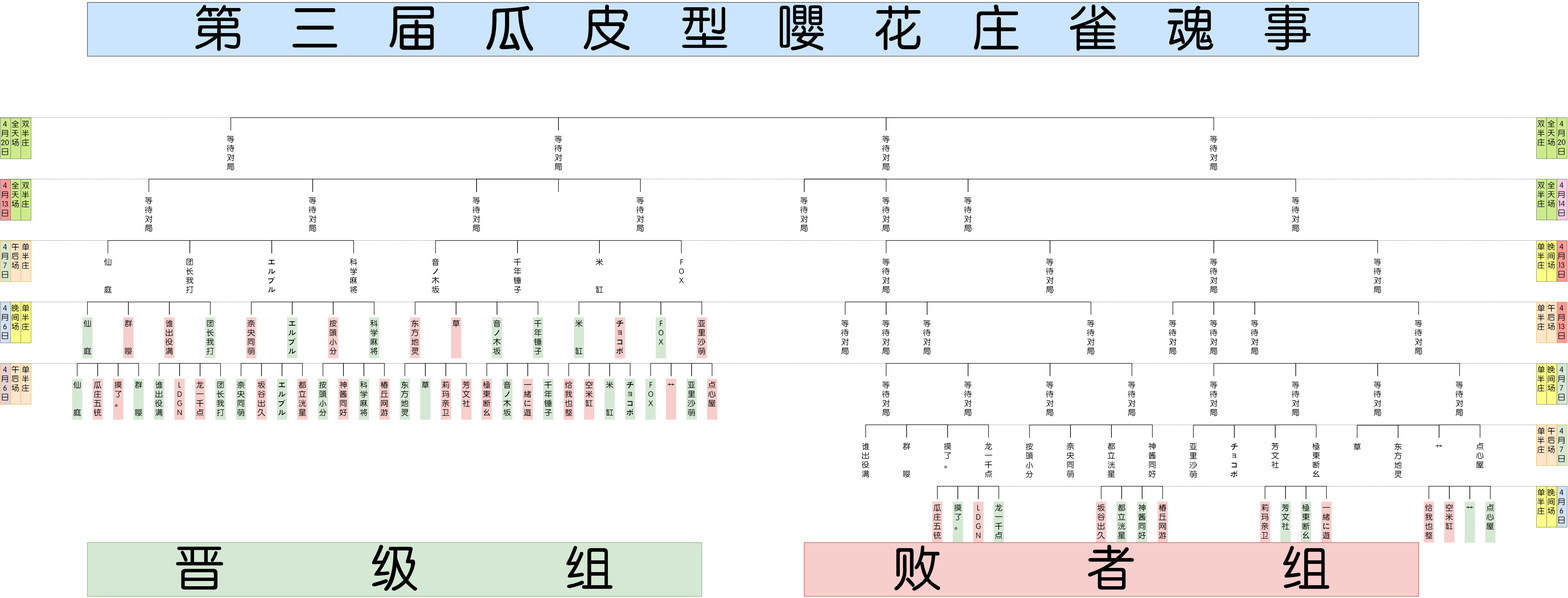
psc2350/pcr.mahjong.pub keeps this draw.io diagram as Tree Diagram.png. Above is the earlier version. Source tidied: cells renumbered, new cells last; positions are measured from the earlier drawing's top-left corner, leaving out a move shared by most shapes.
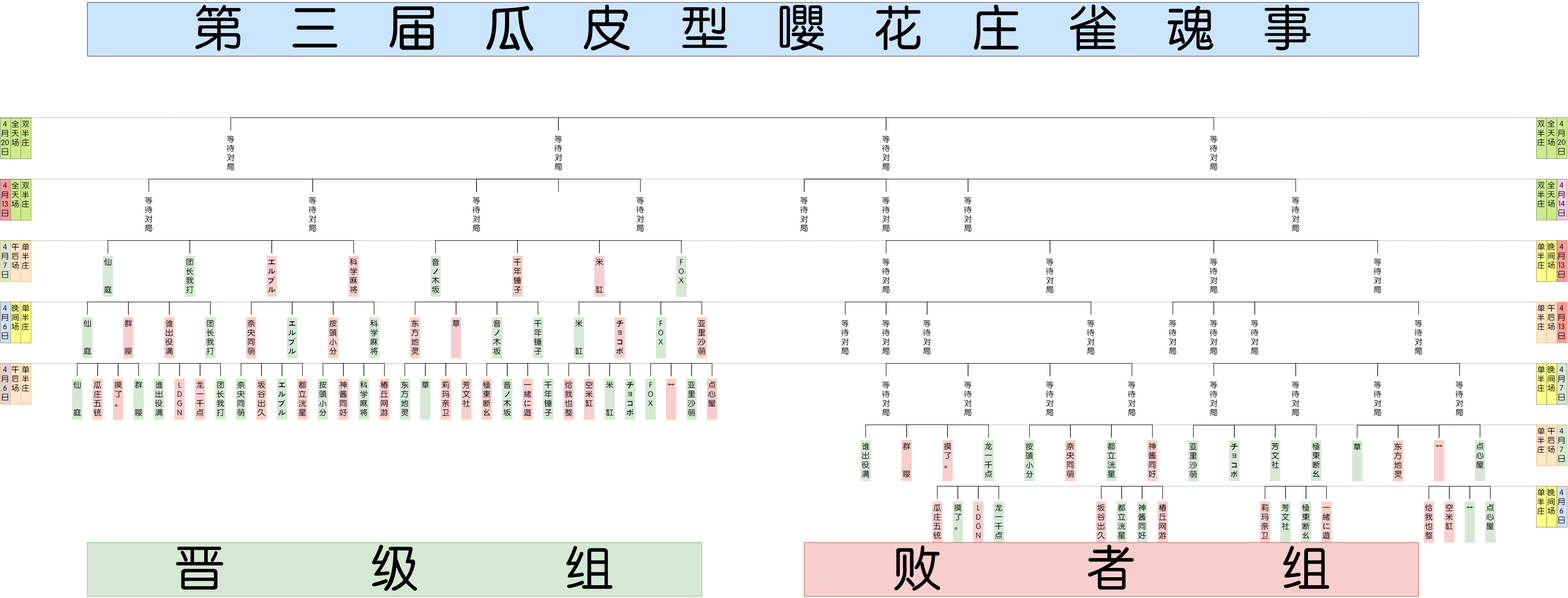
After the change.

Change to the diagram source:
```diff
@@ -251,16 +251,16 @@
     <mxCell id="84" style="strokeWidth=2;html=1;shape=mxgraph.flowchart.annotation_1;align=left;direction=south;fontFamily=FZZhunYuan-M02;fontSize=30;" parent="3" vertex="1">
       <mxGeometry x="2140" y="720" width="160" height="50" as="geometry" />
     </mxCell>
-    <mxCell id="85" value="仙&lt;br&gt;&lt;br&gt;&lt;br&gt;庭&lt;br&gt;" style="text;html=1;strokeColor=none;fillColor=none;align=center;verticalAlign=top;whiteSpace=wrap;rounded=0;fontFamily=FZZhunYuan-M02;horizontal=1;fontSize=30;" parent="3" vertex="1">
+    <mxCell id="85" value="仙&lt;br&gt;&lt;br&gt;&lt;br&gt;庭&lt;br&gt;" style="text;html=1;strokeColor=none;fillColor=#D5E8D4;align=center;verticalAlign=top;whiteSpace=wrap;rounded=0;fontFamily=FZZhunYuan-M02;horizontal=1;fontSize=30;" parent="3" vertex="1">
       <mxGeometry x="120" y="540" width="40" height="160" as="geometry" />
     </mxCell>
-    <mxCell id="86" value="团长我打&lt;br style=&quot;font-size: 30px&quot;&gt;" style="text;html=1;strokeColor=none;fillColor=none;align=center;verticalAlign=top;whiteSpace=wrap;rounded=0;fontFamily=FZZhunYuan-M02;horizontal=1;fontSize=30;" parent="3" vertex="1">
+    <mxCell id="86" value="团长我打&lt;br style=&quot;font-size: 30px&quot;&gt;" style="text;html=1;strokeColor=none;fillColor=#D5E8D4;align=center;verticalAlign=top;whiteSpace=wrap;rounded=0;fontFamily=FZZhunYuan-M02;horizontal=1;fontSize=30;" parent="3" vertex="1">
       <mxGeometry x="440" y="540" width="40" height="160" as="geometry" />
     </mxCell>
-    <mxCell id="87" value="エルブル&lt;br style=&quot;font-size: 30px&quot;&gt;" style="text;html=1;strokeColor=none;fillColor=none;align=center;verticalAlign=top;whiteSpace=wrap;rounded=0;fontFamily=FZZhunYuan-M02;horizontal=1;fontSize=30;" parent="3" vertex="1">
+    <mxCell id="87" value="エルブル&lt;br style=&quot;font-size: 30px&quot;&gt;" style="text;html=1;strokeColor=none;fillColor=#F8CECC;align=center;verticalAlign=top;whiteSpace=wrap;rounded=0;fontFamily=FZZhunYuan-M02;horizontal=1;fontSize=30;" parent="3" vertex="1">
       <mxGeometry x="760" y="540" width="40" height="160" as="geometry" />
     </mxCell>
-    <mxCell id="88" value="科学麻将&lt;br style=&quot;font-size: 30px&quot;&gt;" style="text;html=1;strokeColor=none;fillColor=none;align=center;verticalAlign=top;whiteSpace=wrap;rounded=0;fontFamily=FZZhunYuan-M02;horizontal=1;fontSize=30;" parent="3" vertex="1">
+    <mxCell id="88" value="科学麻将&lt;br style=&quot;font-size: 30px&quot;&gt;" style="text;html=1;strokeColor=none;fillColor=#F8CECC;align=center;verticalAlign=top;whiteSpace=wrap;rounded=0;fontFamily=FZZhunYuan-M02;horizontal=1;fontSize=30;" parent="3" vertex="1">
       <mxGeometry x="1080" y="540" width="40" height="160" as="geometry" />
     </mxCell>
     <mxCell id="89" style="strokeWidth=2;html=1;shape=mxgraph.flowchart.annotation_1;align=left;direction=south;fontFamily=FZZhunYuan-M02;fontSize=30;" parent="3" vertex="1">
@@ -272,16 +272,16 @@
     <mxCell id="91" style="strokeWidth=2;html=1;shape=mxgraph.flowchart.annotation_1;align=left;direction=south;fontFamily=FZZhunYuan-M02;fontSize=30;" parent="3" vertex="1">
       <mxGeometry x="780" y="480" width="320" height="50" as="geometry" />
     </mxCell>
-    <mxCell id="92" value="音ノ木坂&lt;br style=&quot;font-size: 30px&quot;&gt;" style="text;html=1;strokeColor=none;fillColor=none;align=center;verticalAlign=top;whiteSpace=wrap;rounded=0;fontFamily=FZZhunYuan-M02;horizontal=1;fontSize=30;" parent="3" vertex="1">
+    <mxCell id="92" value="音ノ木坂&lt;br style=&quot;font-size: 30px&quot;&gt;" style="text;html=1;strokeColor=none;fillColor=#D5E8D4;align=center;verticalAlign=top;whiteSpace=wrap;rounded=0;fontFamily=FZZhunYuan-M02;horizontal=1;fontSize=30;" parent="3" vertex="1">
       <mxGeometry x="1400" y="540" width="40" height="160" as="geometry" />
     </mxCell>
-    <mxCell id="93" value="千年锤子&lt;br style=&quot;font-size: 30px&quot;&gt;" style="text;html=1;strokeColor=none;fillColor=none;align=center;verticalAlign=top;whiteSpace=wrap;rounded=0;fontFamily=FZZhunYuan-M02;horizontal=1;fontSize=30;" parent="3" vertex="1">
+    <mxCell id="93" value="千年锤子&lt;br style=&quot;font-size: 30px&quot;&gt;" style="text;html=1;strokeColor=none;fillColor=#F8CECC;align=center;verticalAlign=top;whiteSpace=wrap;rounded=0;fontFamily=FZZhunYuan-M02;horizontal=1;fontSize=30;" parent="3" vertex="1">
       <mxGeometry x="1720" y="540" width="40" height="160" as="geometry" />
     </mxCell>
-    <mxCell id="94" value="米&lt;br&gt;&lt;br&gt;&lt;br&gt;缸&lt;br&gt;" style="text;html=1;strokeColor=none;fillColor=none;align=center;verticalAlign=top;whiteSpace=wrap;rounded=0;fontFamily=FZZhunYuan-M02;horizontal=1;fontSize=30;" parent="3" vertex="1">
+    <mxCell id="94" value="米&lt;br&gt;&lt;br&gt;&lt;br&gt;缸&lt;br&gt;" style="text;html=1;strokeColor=none;fillColor=#F8CECC;align=center;verticalAlign=top;whiteSpace=wrap;rounded=0;fontFamily=FZZhunYuan-M02;horizontal=1;fontSize=30;" parent="3" vertex="1">
       <mxGeometry x="2040" y="540" width="40" height="160" as="geometry" />
     </mxCell>
-    <mxCell id="95" value="F&lt;br&gt;O&lt;br&gt;X&lt;br&gt;" style="text;html=1;strokeColor=none;fillColor=none;align=center;verticalAlign=top;whiteSpace=wrap;rounded=0;fontFamily=FZZhunYuan-M02;horizontal=1;fontSize=30;" parent="3" vertex="1">
+    <mxCell id="95" value="F&lt;br&gt;O&lt;br&gt;X&lt;br&gt;" style="text;html=1;strokeColor=none;fillColor=#D5E8D4;align=center;verticalAlign=top;whiteSpace=wrap;rounded=0;fontFamily=FZZhunYuan-M02;horizontal=1;fontSize=30;" parent="3" vertex="1">
       <mxGeometry x="2360" y="540" width="40" height="160" as="geometry" />
     </mxCell>
     <mxCell id="96" style="strokeWidth=2;html=1;shape=mxgraph.flowchart.annotation_1;align=left;direction=south;fontFamily=FZZhunYuan-M02;fontSize=30;" parent="3" vertex="1">
@@ -386,10 +386,10 @@
     <mxCell id="129" style="strokeWidth=2;html=1;shape=mxgraph.flowchart.annotation_1;align=left;direction=south;fontFamily=FZZhunYuan-M02;fontSize=30;" parent="3" vertex="1">
       <mxGeometry x="3540" y="1440" width="80" height="50" as="geometry" />
     </mxCell>
-    <mxCell id="130" value="摸&lt;br&gt;了&lt;br&gt;。&lt;br&gt;" style="text;html=1;strokeColor=none;fillColor=none;align=center;verticalAlign=top;whiteSpace=wrap;rounded=0;fontFamily=FZZhunYuan-M02;horizontal=1;fontSize=30;" parent="3" vertex="1">
+    <mxCell id="130" value="摸&lt;br&gt;了&lt;br&gt;。&lt;br&gt;" style="text;html=1;strokeColor=none;fillColor=#F8CECC;align=center;verticalAlign=top;whiteSpace=wrap;rounded=0;fontFamily=FZZhunYuan-M02;horizontal=1;fontSize=30;" parent="3" vertex="1">
       <mxGeometry x="3400" y="1260" width="40" height="160" as="geometry" />
     </mxCell>
-    <mxCell id="131" value="龙一千点&lt;br&gt;" style="text;html=1;strokeColor=none;fillColor=none;align=center;verticalAlign=top;whiteSpace=wrap;rounded=0;fontFamily=FZZhunYuan-M02;horizontal=1;fontSize=30;" parent="3" vertex="1">
+    <mxCell id="131" value="龙一千点&lt;br&gt;" style="text;html=1;strokeColor=none;fillColor=#D5E8D4;align=center;verticalAlign=top;whiteSpace=wrap;rounded=0;fontFamily=FZZhunYuan-M02;horizontal=1;fontSize=30;" parent="3" vertex="1">
       <mxGeometry x="3560" y="1260" width="40" height="160" as="geometry" />
     </mxCell>
     <mxCell id="132" style="strokeWidth=2;html=1;shape=mxgraph.flowchart.annotation_1;align=left;direction=south;fontFamily=FZZhunYuan-M02;fontSize=30;" parent="3" vertex="1">
@@ -401,10 +401,10 @@
     <mxCell id="134" style="strokeWidth=2;html=1;shape=mxgraph.flowchart.annotation_1;align=left;direction=south;fontFamily=FZZhunYuan-M02;fontSize=30;" parent="3" vertex="1">
       <mxGeometry x="4180" y="1440" width="80" height="50" as="geometry" />
     </mxCell>
-    <mxCell id="135" value="都立洸星&lt;br&gt;" style="text;html=1;strokeColor=none;fillColor=none;align=center;verticalAlign=top;whiteSpace=wrap;rounded=0;fontFamily=FZZhunYuan-M02;horizontal=1;fontSize=30;" parent="3" vertex="1">
+    <mxCell id="135" value="都立洸星&lt;br&gt;" style="text;html=1;strokeColor=none;fillColor=#D5E8D4;align=center;verticalAlign=top;whiteSpace=wrap;rounded=0;fontFamily=FZZhunYuan-M02;horizontal=1;fontSize=30;" parent="3" vertex="1">
       <mxGeometry x="4040" y="1260" width="40" height="160" as="geometry" />
     </mxCell>
-    <mxCell id="136" value="神酱同好&lt;br&gt;" style="text;html=1;strokeColor=none;fillColor=none;align=center;verticalAlign=top;whiteSpace=wrap;rounded=0;fontFamily=FZZhunYuan-M02;horizontal=1;fontSize=30;" parent="3" vertex="1">
+    <mxCell id="136" value="神酱同好&lt;br&gt;" style="text;html=1;strokeColor=none;fillColor=#F8CECC;align=center;verticalAlign=top;whiteSpace=wrap;rounded=0;fontFamily=FZZhunYuan-M02;horizontal=1;fontSize=30;" parent="3" vertex="1">
       <mxGeometry x="4200" y="1260" width="40" height="160" as="geometry" />
     </mxCell>
     <mxCell id="137" style="strokeWidth=2;html=1;shape=mxgraph.flowchart.annotation_1;align=left;direction=south;fontFamily=FZZhunYuan-M02;fontSize=30;" parent="3" vertex="1">
@@ -416,10 +416,10 @@
     <mxCell id="139" style="strokeWidth=2;html=1;shape=mxgraph.flowchart.annotation_1;align=left;direction=south;fontFamily=FZZhunYuan-M02;fontSize=30;" parent="3" vertex="1">
       <mxGeometry x="4820" y="1440" width="80" height="50" as="geometry" />
     </mxCell>
-    <mxCell id="140" value="芳文社&lt;br&gt;" style="text;html=1;strokeColor=none;fillColor=none;align=center;verticalAlign=top;whiteSpace=wrap;rounded=0;fontFamily=FZZhunYuan-M02;horizontal=1;fontSize=30;" parent="3" vertex="1">
+    <mxCell id="140" value="芳文社&lt;br&gt;" style="text;html=1;strokeColor=none;fillColor=#D5E8D4;align=center;verticalAlign=top;whiteSpace=wrap;rounded=0;fontFamily=FZZhunYuan-M02;horizontal=1;fontSize=30;" parent="3" vertex="1">
       <mxGeometry x="4680" y="1260" width="40" height="160" as="geometry" />
     </mxCell>
-    <mxCell id="141" value="極東断幺&lt;br&gt;" style="text;html=1;strokeColor=none;fillColor=none;align=center;verticalAlign=top;whiteSpace=wrap;rounded=0;fontFamily=FZZhunYuan-M02;horizontal=1;fontSize=30;" parent="3" vertex="1">
+    <mxCell id="141" value="極東断幺&lt;br&gt;" style="text;html=1;strokeColor=none;fillColor=#D5E8D4;align=center;verticalAlign=top;whiteSpace=wrap;rounded=0;fontFamily=FZZhunYuan-M02;horizontal=1;fontSize=30;" parent="3" vertex="1">
       <mxGeometry x="4840" y="1260" width="40" height="160" as="geometry" />
     </mxCell>
     <mxCell id="142" style="strokeWidth=2;html=1;shape=mxgraph.flowchart.annotation_1;align=left;direction=south;fontFamily=FZZhunYuan-M02;fontSize=30;" parent="3" vertex="1">
@@ -431,10 +431,10 @@
     <mxCell id="144" style="strokeWidth=2;html=1;shape=mxgraph.flowchart.annotation_1;align=left;direction=south;fontFamily=FZZhunYuan-M02;fontSize=30;" parent="3" vertex="1">
       <mxGeometry x="5460" y="1440" width="80" height="50" as="geometry" />
     </mxCell>
-    <mxCell id="145" value="艹&lt;br&gt;" style="text;html=1;strokeColor=none;fillColor=none;align=center;verticalAlign=top;whiteSpace=wrap;rounded=0;fontFamily=FZZhunYuan-M02;horizontal=1;fontSize=30;" parent="3" vertex="1">
+    <mxCell id="145" value="艹&lt;br&gt;" style="text;html=1;strokeColor=none;fillColor=#F8CECC;align=center;verticalAlign=top;whiteSpace=wrap;rounded=0;fontFamily=FZZhunYuan-M02;horizontal=1;fontSize=30;" parent="3" vertex="1">
       <mxGeometry x="5320" y="1260" width="40" height="160" as="geometry" />
     </mxCell>
-    <mxCell id="146" value="点心屋&lt;br&gt;" style="text;html=1;strokeColor=none;fillColor=none;align=center;verticalAlign=top;whiteSpace=wrap;rounded=0;fontFamily=FZZhunYuan-M02;horizontal=1;fontSize=30;" parent="3" vertex="1">
+    <mxCell id="146" value="点心屋&lt;br&gt;" style="text;html=1;strokeColor=none;fillColor=#D5E8D4;align=center;verticalAlign=top;whiteSpace=wrap;rounded=0;fontFamily=FZZhunYuan-M02;horizontal=1;fontSize=30;" parent="3" vertex="1">
       <mxGeometry x="5480" y="1260" width="40" height="160" as="geometry" />
     </mxCell>
     <mxCell id="147" style="strokeWidth=2;html=1;shape=mxgraph.flowchart.annotation_1;align=left;direction=south;fontFamily=FZZhunYuan-M02;fontSize=30;" parent="3" vertex="1">
@@ -608,49 +608,49 @@
     <mxCell id="202" style="strokeWidth=2;html=1;shape=mxgraph.flowchart.annotation_1;align=left;direction=south;fontFamily=FZZhunYuan-M02;fontSize=30;" parent="3" vertex="1">
       <mxGeometry x="60" y="720" width="160" height="50" as="geometry" />
     </mxCell>
-    <mxCell id="203" value="群&lt;br&gt;&lt;br&gt;&lt;br&gt;嘤&lt;br&gt;" style="text;html=1;strokeColor=none;fillColor=none;align=center;verticalAlign=top;whiteSpace=wrap;rounded=0;fontFamily=FZZhunYuan-M02;horizontal=1;fontSize=30;" parent="3" vertex="1">
+    <mxCell id="203" value="群&lt;br&gt;&lt;br&gt;&lt;br&gt;嘤&lt;br&gt;" style="text;html=1;strokeColor=none;fillColor=#F8CECC;align=center;verticalAlign=top;whiteSpace=wrap;rounded=0;fontFamily=FZZhunYuan-M02;horizontal=1;fontSize=30;" parent="3" vertex="1">
       <mxGeometry x="3240" y="1259.5" width="40" height="160" as="geometry" />
     </mxCell>
     <mxCell id="204" style="strokeWidth=2;html=1;shape=mxgraph.flowchart.annotation_1;align=left;direction=south;fontFamily=FZZhunYuan-M02;fontSize=30;" parent="3" vertex="1">
       <mxGeometry x="3260" y="1199.5" width="160" height="50" as="geometry" />
     </mxCell>
-    <mxCell id="205" value="谁出役满&lt;br&gt;" style="text;html=1;strokeColor=none;fillColor=none;align=center;verticalAlign=top;whiteSpace=wrap;rounded=0;fontFamily=FZZhunYuan-M02;horizontal=1;fontSize=30;" parent="3" vertex="1">
+    <mxCell id="205" value="谁出役满&lt;br&gt;" style="text;html=1;strokeColor=none;fillColor=#D5E8D4;align=center;verticalAlign=top;whiteSpace=wrap;rounded=0;fontFamily=FZZhunYuan-M02;horizontal=1;fontSize=30;" parent="3" vertex="1">
       <mxGeometry x="3080" y="1260" width="40" height="160" as="geometry" />
     </mxCell>
     <mxCell id="206" style="strokeWidth=2;html=1;shape=mxgraph.flowchart.annotation_1;align=left;direction=south;fontFamily=FZZhunYuan-M02;fontSize=30;" parent="3" vertex="1">
       <mxGeometry x="3100" y="1200" width="160" height="50" as="geometry" />
     </mxCell>
-    <mxCell id="207" value="奈央同萌&lt;br&gt;" style="text;html=1;strokeColor=none;fillColor=none;align=center;verticalAlign=top;whiteSpace=wrap;rounded=0;fontFamily=FZZhunYuan-M02;horizontal=1;fontSize=30;" parent="3" vertex="1">
+    <mxCell id="207" value="奈央同萌&lt;br&gt;" style="text;html=1;strokeColor=none;fillColor=#F8CECC;align=center;verticalAlign=top;whiteSpace=wrap;rounded=0;fontFamily=FZZhunYuan-M02;horizontal=1;fontSize=30;" parent="3" vertex="1">
       <mxGeometry x="3880" y="1260" width="40" height="160" as="geometry" />
     </mxCell>
     <mxCell id="208" style="strokeWidth=2;html=1;shape=mxgraph.flowchart.annotation_1;align=left;direction=south;fontFamily=FZZhunYuan-M02;fontSize=30;" parent="3" vertex="1">
       <mxGeometry x="3900" y="1200" width="160" height="50" as="geometry" />
     </mxCell>
-    <mxCell id="209" value="按頭小分&lt;br&gt;" style="text;html=1;strokeColor=none;fillColor=none;align=center;verticalAlign=top;whiteSpace=wrap;rounded=0;fontFamily=FZZhunYuan-M02;horizontal=1;fontSize=30;" parent="3" vertex="1">
+    <mxCell id="209" value="按頭小分&lt;br&gt;" style="text;html=1;strokeColor=none;fillColor=#D5E8D4;align=center;verticalAlign=top;whiteSpace=wrap;rounded=0;fontFamily=FZZhunYuan-M02;horizontal=1;fontSize=30;" parent="3" vertex="1">
       <mxGeometry x="3720" y="1260.5" width="40" height="160" as="geometry" />
     </mxCell>
     <mxCell id="210" style="strokeWidth=2;html=1;shape=mxgraph.flowchart.annotation_1;align=left;direction=south;fontFamily=FZZhunYuan-M02;fontSize=30;" parent="3" vertex="1">
       <mxGeometry x="3740" y="1200.5" width="160" height="50" as="geometry" />
     </mxCell>
-    <mxCell id="211" value="チョコボ&lt;br&gt;" style="text;html=1;strokeColor=none;fillColor=none;align=center;verticalAlign=top;whiteSpace=wrap;rounded=0;fontFamily=FZZhunYuan-M02;horizontal=1;fontSize=30;" parent="3" vertex="1">
+    <mxCell id="211" value="チョコボ&lt;br&gt;" style="text;html=1;strokeColor=none;fillColor=#D5E8D4;align=center;verticalAlign=top;whiteSpace=wrap;rounded=0;fontFamily=FZZhunYuan-M02;horizontal=1;fontSize=30;" parent="3" vertex="1">
       <mxGeometry x="4520" y="1260.5" width="40" height="160" as="geometry" />
     </mxCell>
     <mxCell id="212" style="strokeWidth=2;html=1;shape=mxgraph.flowchart.annotation_1;align=left;direction=south;fontFamily=FZZhunYuan-M02;fontSize=30;" parent="3" vertex="1">
       <mxGeometry x="4540" y="1200.5" width="160" height="50" as="geometry" />
     </mxCell>
-    <mxCell id="213" value="亚里沙萌&lt;br&gt;" style="text;html=1;strokeColor=none;fillColor=none;align=center;verticalAlign=top;whiteSpace=wrap;rounded=0;fontFamily=FZZhunYuan-M02;horizontal=1;fontSize=30;" parent="3" vertex="1">
+    <mxCell id="213" value="亚里沙萌&lt;br&gt;" style="text;html=1;strokeColor=none;fillColor=#D5E8D4;align=center;verticalAlign=top;whiteSpace=wrap;rounded=0;fontFamily=FZZhunYuan-M02;horizontal=1;fontSize=30;" parent="3" vertex="1">
       <mxGeometry x="4360" y="1261" width="40" height="160" as="geometry" />
     </mxCell>
     <mxCell id="214" style="strokeWidth=2;html=1;shape=mxgraph.flowchart.annotation_1;align=left;direction=south;fontFamily=FZZhunYuan-M02;fontSize=30;" parent="3" vertex="1">
       <mxGeometry x="4380" y="1201" width="160" height="50" as="geometry" />
     </mxCell>
-    <mxCell id="215" value="东方地灵&lt;br&gt;" style="text;html=1;strokeColor=none;fillColor=none;align=center;verticalAlign=top;whiteSpace=wrap;rounded=0;fontFamily=FZZhunYuan-M02;horizontal=1;fontSize=30;" parent="3" vertex="1">
+    <mxCell id="215" value="东方地灵&lt;br&gt;" style="text;html=1;strokeColor=none;fillColor=#F8CECC;align=center;verticalAlign=top;whiteSpace=wrap;rounded=0;fontFamily=FZZhunYuan-M02;horizontal=1;fontSize=30;" parent="3" vertex="1">
       <mxGeometry x="5159.8" y="1261" width="40" height="160" as="geometry" />
     </mxCell>
     <mxCell id="216" style="strokeWidth=2;html=1;shape=mxgraph.flowchart.annotation_1;align=left;direction=south;fontFamily=FZZhunYuan-M02;fontSize=30;" parent="3" vertex="1">
       <mxGeometry x="5179.8" y="1201" width="160" height="50" as="geometry" />
     </mxCell>
-    <mxCell id="217" value="草&lt;br&gt;" style="text;html=1;strokeColor=none;fillColor=none;align=center;verticalAlign=top;whiteSpace=wrap;rounded=0;fontFamily=FZZhunYuan-M02;horizontal=1;fontSize=30;" parent="3" vertex="1">
+    <mxCell id="217" value="草&lt;br&gt;" style="text;html=1;strokeColor=none;fillColor=#D5E8D4;align=center;verticalAlign=top;whiteSpace=wrap;rounded=0;fontFamily=FZZhunYuan-M02;horizontal=1;fontSize=30;" parent="3" vertex="1">
       <mxGeometry x="4999.8" y="1261.5" width="40" height="160" as="geometry" />
     </mxCell>
     <mxCell id="218" style="strokeWidth=2;html=1;shape=mxgraph.flowchart.annotation_1;align=left;direction=south;fontFamily=FZZhunYuan-M02;fontSize=30;" parent="3" vertex="1">
```
